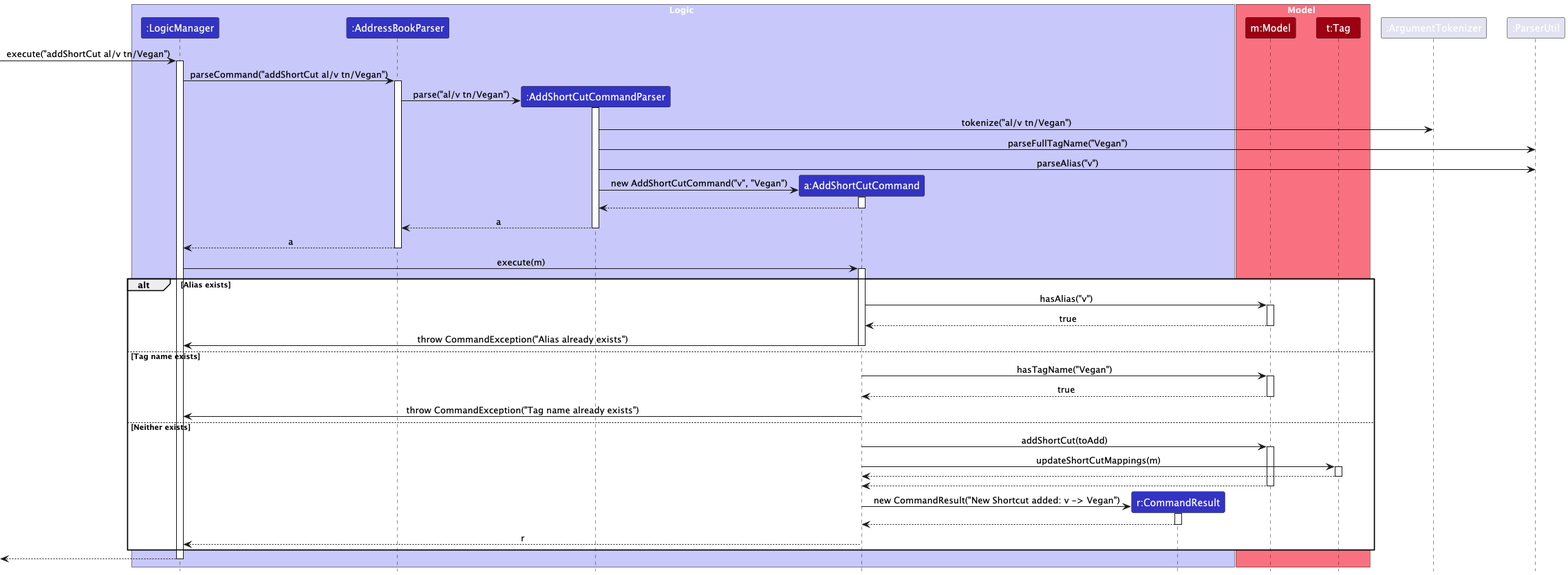
Before: docs/images/AddShortCutSequenceDiagram.png, a diagram exported from PlantUML (nus-cs2103-AY2425S1/tp). Its diagram source:
```plantuml
@startuml
!include style.puml
skinparam ArrowFontStyle plain

box Logic LOGIC_COLOR_T1
participant ":LogicManager" as LogicManager LOGIC_COLOR
participant ":AddressBookParser" as AddressBookParser LOGIC_COLOR
participant ":AddShortCutCommandParser" as AddShortCutCommandParser LOGIC_COLOR
participant "a:AddShortCutCommand" as AddShortCutCommand LOGIC_COLOR
participant "r:CommandResult" as CommandResult LOGIC_COLOR
end box

box Model MODEL_COLOR_T1
participant "m:Model" as Model MODEL_COLOR
participant "t:Tag" as Tag MODEL_COLOR
end box

[-> LogicManager : execute("addShortCut al/v tn/Vegan")
activate LogicManager

LogicManager -> AddressBookParser : parseCommand("addShortCut al/v tn/Vegan")
activate AddressBookParser

create AddShortCutCommandParser
AddressBookParser -> AddShortCutCommandParser : parse("al/v tn/Vegan")
activate AddShortCutCommandParser

AddShortCutCommandParser -> ":ArgumentTokenizer" : tokenize("al/v tn/Vegan")
AddShortCutCommandParser -> ":ParserUtil" : parseFullTagName("Vegan")
AddShortCutCommandParser -> ":ParserUtil" : parseAlias("v")

create AddShortCutCommand
AddShortCutCommandParser -> AddShortCutCommand : new AddShortCutCommand("v", "Vegan")
activate AddShortCutCommand

AddShortCutCommand --> AddShortCutCommandParser
deactivate AddShortCutCommand

AddShortCutCommandParser --> AddressBookParser : a
deactivate AddShortCutCommandParser

AddressBookParser --> LogicManager : a
deactivate AddressBookParser

LogicManager -> AddShortCutCommand : execute(m)
activate AddShortCutCommand

alt Alias exists
    AddShortCutCommand -> Model : hasAlias("v")
    activate Model
    Model --> AddShortCutCommand : true
    deactivate Model

    AddShortCutCommand -> LogicManager : throw CommandException("Alias already exists")
    deactivate AddShortCutCommand
else Tag name exists
    AddShortCutCommand -> Model : hasTagName("Vegan")
    activate Model
    Model --> AddShortCutCommand : true
    deactivate Model

    AddShortCutCommand -> LogicManager : throw CommandException("Tag name already exists")
    deactivate AddShortCutCommand
else Neither exists
    AddShortCutCommand -> Model : addShortCut(toAdd)
    activate Model

    AddShortCutCommand -> Tag : updateShortCutMappings(m)
    activate Tag
    Tag --> AddShortCutCommand
    deactivate Tag

    Model --> AddShortCutCommand
    deactivate Model

    create CommandResult
    AddShortCutCommand -> CommandResult : new CommandResult("New Shortcut added: v -> Vegan")
    activate CommandResult

    CommandResult --> AddShortCutCommand
    deactivate CommandResult

    AddShortCutCommand --> LogicManager : r
    deactivate AddShortCutCommand
end

[<-- LogicManager
deactivate LogicManager
@enduml
```
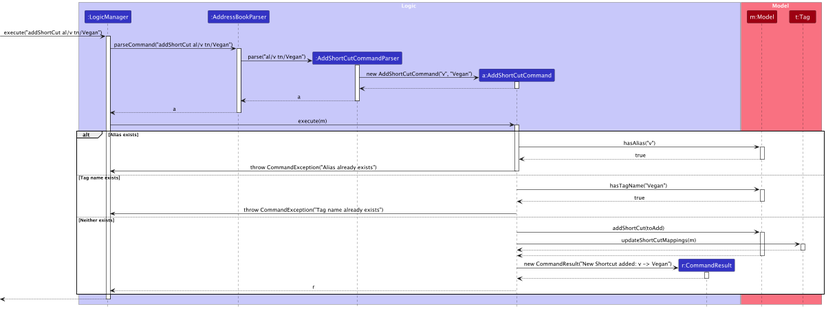
Above is the later version.

Change to the diagram source:
```diff
@@ -24,10 +24,6 @@
 create AddShortCutCommandParser
 AddressBookParser -> AddShortCutCommandParser : parse("al/v tn/Vegan")
 activate AddShortCutCommandParser
-
-AddShortCutCommandParser -> ":ArgumentTokenizer" : tokenize("al/v tn/Vegan")
-AddShortCutCommandParser -> ":ParserUtil" : parseFullTagName("Vegan")
-AddShortCutCommandParser -> ":ParserUtil" : parseAlias("v")
 
 create AddShortCutCommand
 AddShortCutCommandParser -> AddShortCutCommand : new AddShortCutCommand("v", "Vegan")
```
